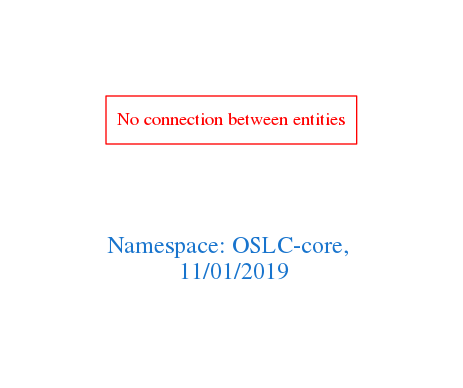
Before: downloads/OSLC-core.png, a diagram exported from Graphviz (arago/OGIT). Its source is kept beside it as downloads/OSLC-core.dot.
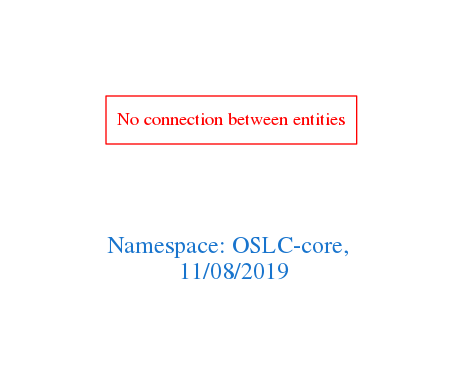
After the change.

What changed in the source:
```diff
@@ -1,7 +1,7 @@
 digraph OGIT_ontology {
  graph [ rankdir= LR,pad=1
 fontsize = 18,
-fontcolor= dodgerblue3,label = "\n\n\nNamespace: OSLC-core, \n 11/01/2019"];
+fontcolor= dodgerblue3,label = "\n\n\nNamespace: OSLC-core, \n 11/08/2019"];
 node[shape=polygon];
 edge [  color="gray81"];
 
```
